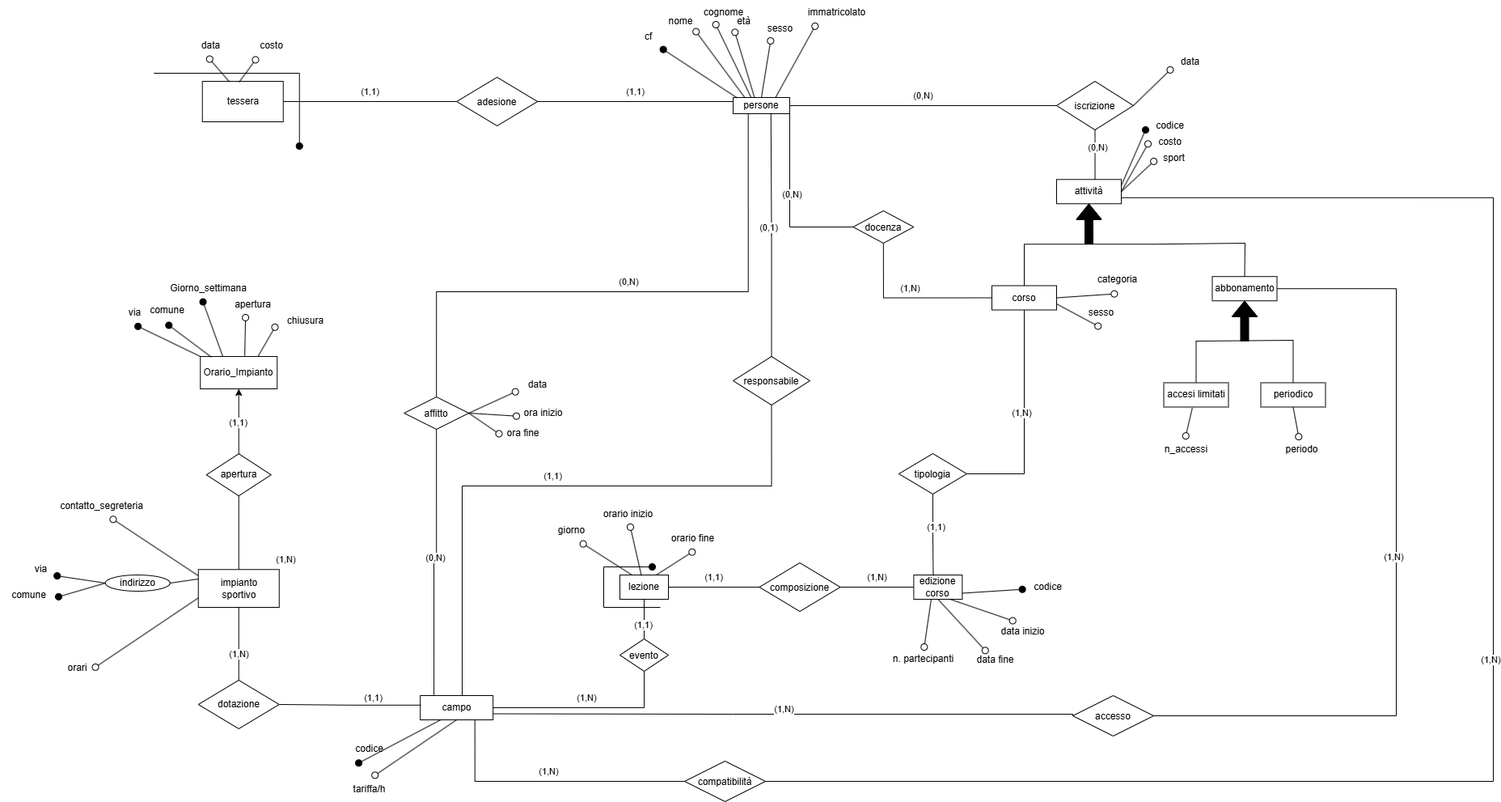
This is uml/CUS_modello_relazionale.drawio.png from aldobettega-unipd/CUS-Database, a draw.io export, as it was before one commit. Source tidied: cells renumbered, new cells last; positions are measured from the earlier drawing's top-left corner, leaving out a move shared by most shapes.
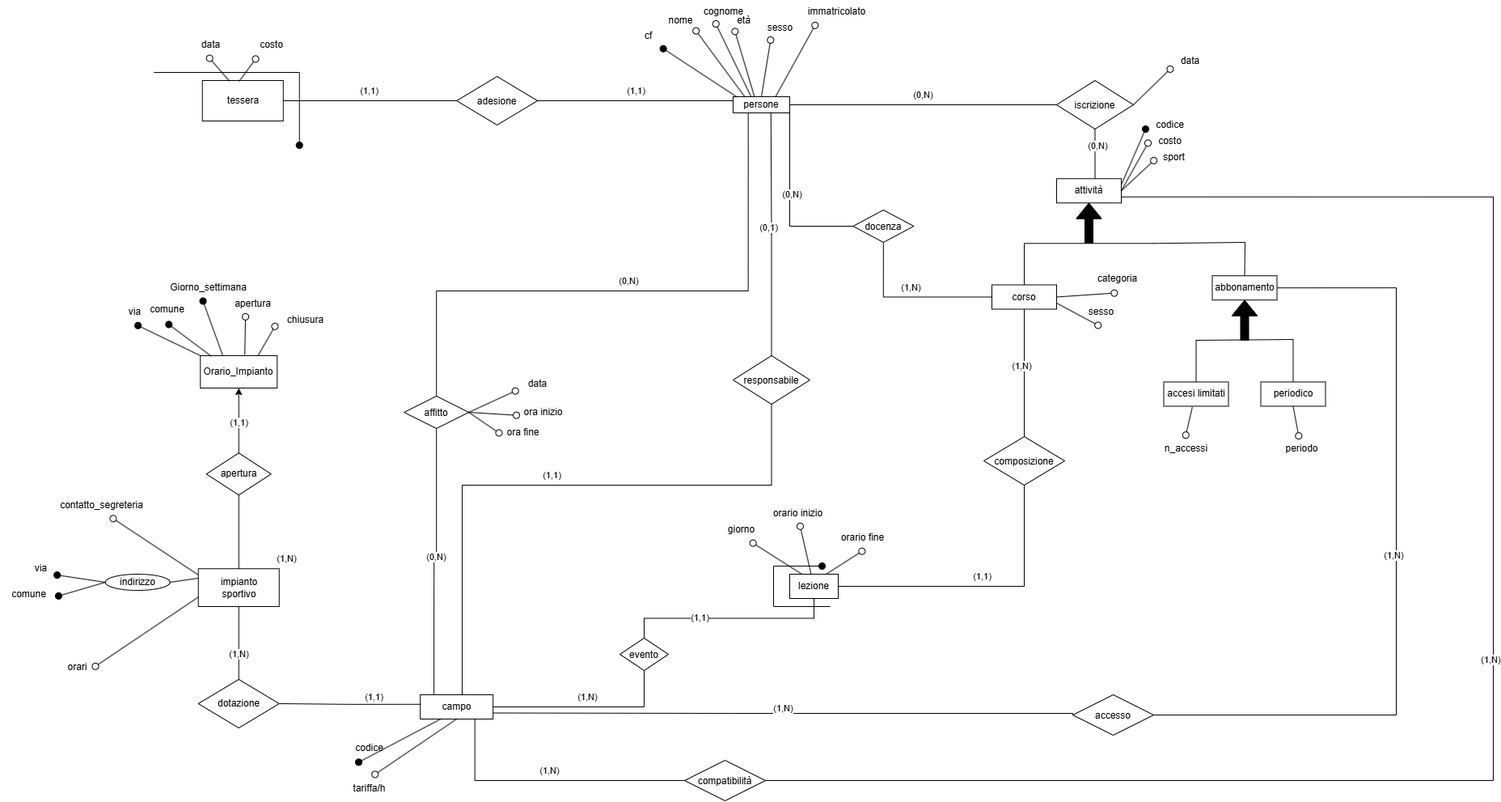
The same file after the commit.

Commit message:
rimosso da uml e relazione edizione_corso

The edit, as a diff of the source:
```diff
@@ -118,29 +118,8 @@
     <mxCell id="38" value="(1,N)" style="endArrow=none;html=1;endSize=12;startArrow=none;startSize=14;startFill=0;edgeStyle=orthogonalEdgeStyle;align=center;verticalAlign=bottom;endFill=0;rounded=0;exitX=1;exitY=0.5;exitDx=0;exitDy=0;entryX=0.5;entryY=1;entryDx=0;entryDy=0;" parent="1" edge="1" source="8" target="37">
       <mxGeometry y="3" relative="1" as="geometry" />
     </mxCell>
-    <mxCell id="39" value="edizione corso" style="html=1;align=center;verticalAlign=middle;dashed=0;whiteSpace=wrap;" parent="1" vertex="1">
-      <mxGeometry x="1129.3" y="710" width="60" height="30" as="geometry" />
-    </mxCell>
-    <mxCell id="40" style="html=1;verticalAlign=bottom;labelBackgroundColor=none;endArrow=oval;endFill=0;endSize=8;rounded=0;exitX=0.358;exitY=1.023;exitDx=0;exitDy=0;exitPerimeter=0;entryX=0.511;entryY=0.001;entryDx=0;entryDy=0;entryPerimeter=0;" parent="1" edge="1" source="39" target="41">
-      <mxGeometry relative="1" as="geometry" />
-    </mxCell>
-    <mxCell id="41" value="n. partecipanti" style="text;html=1;align=center;verticalAlign=middle;points=[];strokeColor=none;fillColor=none;" parent="1" vertex="1">
-      <mxGeometry x="1091.2" y="799" width="100" height="30" as="geometry" />
-    </mxCell>
-    <mxCell id="42" style="html=1;verticalAlign=bottom;labelBackgroundColor=none;endArrow=oval;endFill=0;endSize=8;rounded=0;entryX=0.326;entryY=0.109;entryDx=0;entryDy=0;entryPerimeter=0;exitX=0.5;exitY=1;exitDx=0;exitDy=0;" parent="1" edge="1" source="39" target="43">
-      <mxGeometry relative="1" as="geometry" />
-    </mxCell>
-    <mxCell id="43" value="data fine" style="text;html=1;align=center;verticalAlign=middle;points=[];strokeColor=none;fillColor=none;" parent="1" vertex="1">
-      <mxGeometry x="1194.9" y="800" width="70" height="30" as="geometry" />
-    </mxCell>
-    <mxCell id="44" style="html=1;verticalAlign=bottom;labelBackgroundColor=none;endArrow=oval;endFill=0;endSize=8;rounded=0;entryX=0.342;entryY=0.05;entryDx=0;entryDy=0;entryPerimeter=0;exitX=0.75;exitY=1;exitDx=0;exitDy=0;" parent="1" edge="1" source="39" target="45">
-      <mxGeometry relative="1" as="geometry" />
-    </mxCell>
-    <mxCell id="45" value="data inizio" style="text;html=1;align=center;verticalAlign=middle;points=[];strokeColor=none;fillColor=none;" parent="1" vertex="1">
-      <mxGeometry x="1224.3" y="765" width="80" height="30" as="geometry" />
-    </mxCell>
     <mxCell id="46" value="lezione" style="html=1;align=center;verticalAlign=middle;dashed=0;whiteSpace=wrap;" parent="1" vertex="1">
-      <mxGeometry x="766" y="710" width="60" height="30" as="geometry" />
+      <mxGeometry x="976" y="710" width="60" height="30" as="geometry" />
     </mxCell>
     <mxCell id="47" style="endArrow=none;html=1;endSize=12;startArrow=none;startSize=14;startFill=0;edgeStyle=orthogonalEdgeStyle;align=center;verticalAlign=bottom;endFill=0;rounded=0;exitX=0.5;exitY=1;exitDx=0;exitDy=0;entryX=0.5;entryY=0;entryDx=0;entryDy=0;" parent="1" edge="1" source="46" target="37">
       <mxGeometry y="3" relative="1" as="geometry" />
@@ -149,12 +128,12 @@
       <mxGeometry x="0.28" y="-1" relative="1" as="geometry" />
     </mxCell>
     <mxCell id="49" value="composizione" style="rhombus;" parent="1" vertex="1">
-      <mxGeometry x="938.5" y="695" width="100" height="60" as="geometry" />
+      <mxGeometry x="1216" y="540" width="100" height="60" as="geometry" />
     </mxCell>
-    <mxCell id="50" value="(1,1)" style="endArrow=none;html=1;endSize=12;startArrow=none;startSize=14;startFill=0;edgeStyle=orthogonalEdgeStyle;align=center;verticalAlign=bottom;endFill=0;rounded=0;exitX=1;exitY=0.5;exitDx=0;exitDy=0;entryX=0;entryY=0.5;entryDx=0;entryDy=0;" parent="1" edge="1" source="46" target="49">
+    <mxCell id="50" value="(1,1)" style="endArrow=none;html=1;endSize=12;startArrow=none;startSize=14;startFill=0;edgeStyle=orthogonalEdgeStyle;align=center;verticalAlign=bottom;endFill=0;rounded=0;exitX=1;exitY=0.5;exitDx=0;exitDy=0;entryX=0.5;entryY=1;entryDx=0;entryDy=0;" parent="1" edge="1" source="46" target="49">
       <mxGeometry y="3" relative="1" as="geometry" />
     </mxCell>
-    <mxCell id="51" value="(1,N)" style="endArrow=none;html=1;endSize=12;startArrow=none;startSize=14;startFill=0;edgeStyle=orthogonalEdgeStyle;align=center;verticalAlign=bottom;endFill=0;rounded=0;exitX=1;exitY=0.5;exitDx=0;exitDy=0;entryX=0;entryY=0.5;entryDx=0;entryDy=0;" parent="1" edge="1" source="49" target="39">
+    <mxCell id="51" value="(1,N)" style="endArrow=none;html=1;endSize=12;startArrow=none;startSize=14;startFill=0;edgeStyle=orthogonalEdgeStyle;align=center;verticalAlign=bottom;endFill=0;rounded=0;exitX=0.5;exitY=0;exitDx=0;exitDy=0;entryX=0.5;entryY=1;entryDx=0;entryDy=0;" parent="1" edge="1" source="49" target="63">
       <mxGeometry y="3" relative="1" as="geometry" />
     </mxCell>
     <mxCell id="52" style="html=1;verticalAlign=bottom;labelBackgroundColor=none;endArrow=oval;endFill=0;endSize=8;rounded=0;exitX=0.443;exitY=0.022;exitDx=0;exitDy=0;entryX=0.537;entryY=1.027;entryDx=0;entryDy=0;entryPerimeter=0;exitPerimeter=0;" parent="1" edge="1" source="46" target="130">
@@ -164,7 +143,7 @@
       <mxGeometry relative="1" as="geometry" />
     </mxCell>
     <mxCell id="54" value="giorno" style="text;html=1;align=center;verticalAlign=middle;points=[];strokeColor=none;fillColor=none;" parent="1" vertex="1">
-      <mxGeometry x="676" y="640" width="60" height="30" as="geometry" />
+      <mxGeometry x="886" y="640" width="60" height="30" as="geometry" />
     </mxCell>
     <mxCell id="55" value="(0,N)" style="endArrow=none;html=1;endSize=12;startArrow=none;startSize=14;startFill=0;edgeStyle=orthogonalEdgeStyle;align=center;verticalAlign=bottom;endFill=0;rounded=0;exitX=0.5;exitY=0;exitDx=0;exitDy=0;entryX=0.267;entryY=1.012;entryDx=0;entryDy=0;entryPerimeter=0;" parent="1" edge="1" source="14" target="6">
       <mxGeometry y="3" relative="1" as="geometry">
@@ -234,15 +213,6 @@
     <mxCell id="71" value="(0,N)" style="endArrow=none;html=1;endSize=12;startArrow=none;startSize=14;startFill=0;edgeStyle=orthogonalEdgeStyle;align=center;verticalAlign=bottom;endFill=0;rounded=0;exitX=0.5;exitY=1;exitDx=0;exitDy=0;entryX=0.594;entryY=0;entryDx=0;entryDy=0;entryPerimeter=0;" parent="1" edge="1" source="69" target="66">
       <mxGeometry y="3" relative="1" as="geometry" />
     </mxCell>
-    <mxCell id="72" value="tipologia" style="rhombus;" parent="1" vertex="1">
-      <mxGeometry x="1110.9" y="560" width="84" height="50" as="geometry" />
-    </mxCell>
-    <mxCell id="73" value="(1,N)" style="endArrow=none;html=1;endSize=12;startArrow=none;startSize=14;startFill=0;edgeStyle=orthogonalEdgeStyle;align=center;verticalAlign=bottom;endFill=0;rounded=0;exitX=1;exitY=0.5;exitDx=0;exitDy=0;entryX=0.5;entryY=1;entryDx=0;entryDy=0;" parent="1" edge="1" source="72" target="63">
-      <mxGeometry y="3" relative="1" as="geometry" />
-    </mxCell>
-    <mxCell id="74" value="(1,1)" style="endArrow=none;html=1;endSize=12;startArrow=none;startSize=14;startFill=0;edgeStyle=orthogonalEdgeStyle;align=center;verticalAlign=bottom;endFill=0;rounded=0;exitX=0.5;exitY=1;exitDx=0;exitDy=0;entryX=0.403;entryY=0.025;entryDx=0;entryDy=0;entryPerimeter=0;" parent="1" edge="1" source="72" target="39">
-      <mxGeometry y="3" relative="1" as="geometry" />
-    </mxCell>
     <mxCell id="75" value="periodico" style="html=1;align=center;verticalAlign=middle;dashed=0;whiteSpace=wrap;" parent="1" vertex="1">
       <mxGeometry x="1558.5" y="472.5" width="80" height="30" as="geometry" />
     </mxCell>
@@ -300,12 +270,6 @@
     <mxCell id="86" value="tariffa/h" style="text;html=1;align=center;verticalAlign=middle;points=[];strokeColor=none;fillColor=none;" parent="1" vertex="1">
       <mxGeometry x="426" y="960" width="60" height="30" as="geometry" />
     </mxCell>
-    <mxCell id="87" style="html=1;verticalAlign=bottom;labelBackgroundColor=none;endArrow=oval;endFill=1;endSize=8;rounded=0;strokeColor=#000000;startFillColor=#000000;endFillColor=#000000;anchorPointDirection=1;exitX=1;exitY=0.75;exitDx=0;exitDy=0;entryX=-0.022;entryY=0.591;entryDx=0;entryDy=0;entryPerimeter=0;" parent="1" edge="1" source="39" target="88">
-      <mxGeometry relative="1" as="geometry" />
-    </mxCell>
-    <mxCell id="88" value="codice" style="text;html=1;align=center;verticalAlign=middle;points=[];strokeColor=none;fillColor=none;" parent="1" vertex="1">
-      <mxGeometry x="1264.9" y="710" width="60" height="30" as="geometry" />
-    </mxCell>
     <mxCell id="89" style="html=1;verticalAlign=bottom;labelBackgroundColor=none;endArrow=oval;endFill=1;endSize=8;rounded=0;strokeColor=#000000;startFillColor=#000000;endFillColor=#000000;anchorPointDirection=1;exitX=1;exitY=0.25;exitDx=0;exitDy=0;entryX=0;entryY=0.667;entryDx=0;entryDy=0;entryPerimeter=0;" parent="1" edge="1" source="66" target="90">
       <mxGeometry relative="1" as="geometry" />
     </mxCell>
@@ -344,11 +308,11 @@
     </mxCell>
     <mxCell id="101" style="html=1;verticalAlign=bottom;labelBackgroundColor=none;endArrow=oval;endFill=1;endSize=8;rounded=0;strokeColor=#000000;startFillColor=#000000;endFillColor=#000000;anchorPointDirection=1;" parent="1" edge="1">
       <mxGeometry relative="1" as="geometry">
-        <mxPoint x="816" y="750" as="sourcePoint" />
-        <mxPoint x="806" y="700" as="targetPoint" />
+        <mxPoint x="1026" y="750" as="sourcePoint" />
+        <mxPoint x="1016" y="700" as="targetPoint" />
         <Array as="points">
-          <mxPoint x="746" y="750" />
-          <mxPoint x="746" y="700" />
+          <mxPoint x="956" y="750" />
+          <mxPoint x="956" y="700" />
         </Array>
       </mxGeometry>
     </mxCell>
@@ -450,13 +414,13 @@
       </mxGeometry>
     </mxCell>
     <mxCell id="130" value="orario inizio" style="text;html=1;align=center;verticalAlign=middle;points=[];strokeColor=none;fillColor=none;" parent="1" vertex="1">
-      <mxGeometry x="736" y="620" width="80" height="30" as="geometry" />
+      <mxGeometry x="946" y="620" width="80" height="30" as="geometry" />
     </mxCell>
     <mxCell id="131" style="html=1;verticalAlign=bottom;labelBackgroundColor=none;endArrow=oval;endFill=0;endSize=8;rounded=0;exitX=0.75;exitY=0;exitDx=0;exitDy=0;entryX=0.492;entryY=1.055;entryDx=0;entryDy=0;entryPerimeter=0;" parent="1" edge="1" source="46" target="132">
       <mxGeometry relative="1" as="geometry" />
     </mxCell>
     <mxCell id="132" value="orario fine" style="text;html=1;align=center;verticalAlign=middle;points=[];strokeColor=none;fillColor=none;" parent="1" vertex="1">
-      <mxGeometry x="816" y="650" width="80" height="30" as="geometry" />
+      <mxGeometry x="1026" y="650" width="80" height="30" as="geometry" />
     </mxCell>
     <mxCell id="133" value="comune" style="text;html=1;align=center;verticalAlign=middle;points=[];strokeColor=none;fillColor=none;" parent="1" vertex="1">
       <mxGeometry x="171" y="368" width="70" height="30" as="geometry" />
```
